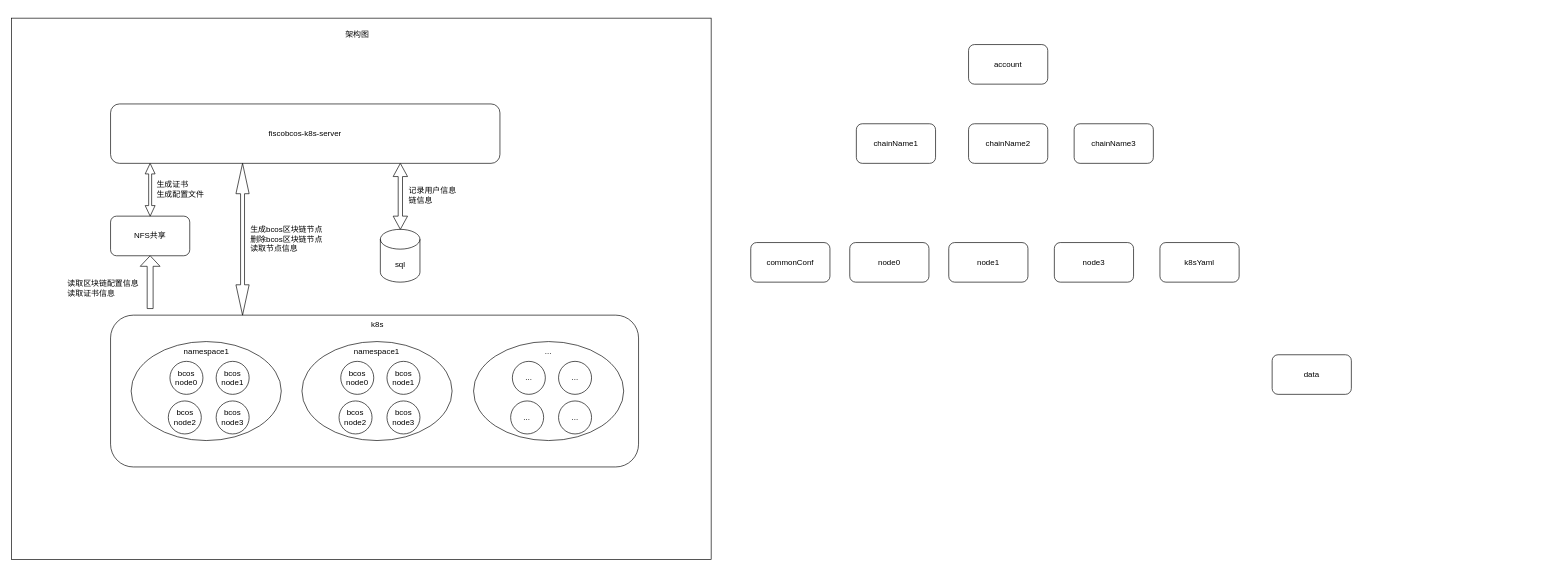
This is page "fiscobcos" (10 of 10) of fabric-baas.drawio from jxu86/project-uml, a draw.io file, before an edit. Source tidied: cells renumbered, new cells numbered last; positions are measured from the earlier drawing's top-left corner, leaving out a move shared by most shapes. Both pictures are drawn from the tidied source at 66%, with x=0, y=0 at pixel (11, 18).
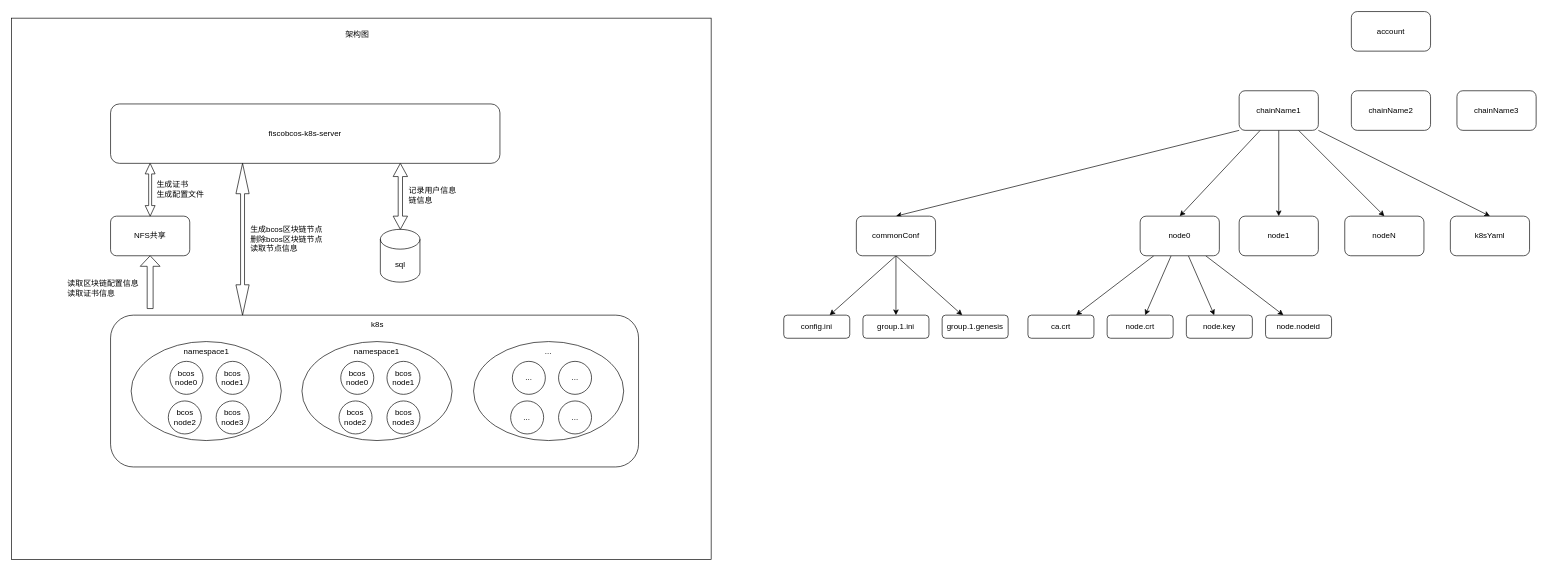
Above is the later version.

The edit, as a diff of the source:
```diff
@@
     <mxCell id="35" value="account" style="rounded=1;whiteSpace=wrap;html=1;" parent="1" vertex="1">
-      <mxGeometry x="1450" y="40" width="120" height="60" as="geometry" />
+      <mxGeometry x="2030" y="-10" width="120" height="60" as="geometry" />
     </mxCell>
+    <mxCell id="45" style="rounded=0;jettySize=auto;html=1;entryX=0.5;entryY=0;entryDx=0;entryDy=0;exitX=0;exitY=1;exitDx=0;exitDy=0;" parent="1" edge="1" source="36" target="39">
+      <mxGeometry relative="1" as="geometry" />
+    </mxCell>
+    <mxCell id="46" style="rounded=0;jettySize=auto;html=1;entryX=0.5;entryY=0;entryDx=0;entryDy=0;" parent="1" edge="1" source="36" target="41">
+      <mxGeometry relative="1" as="geometry" />
+    </mxCell>
+    <mxCell id="47" style="rounded=0;jettySize=auto;html=1;" parent="1" edge="1" source="36" target="42">
+      <mxGeometry relative="1" as="geometry" />
+    </mxCell>
+    <mxCell id="48" style="rounded=0;jettySize=auto;html=1;entryX=0.5;entryY=0;entryDx=0;entryDy=0;" parent="1" edge="1" source="36" target="43">
+      <mxGeometry relative="1" as="geometry" />
+    </mxCell>
+    <mxCell id="49" style="rounded=0;jettySize=auto;html=1;entryX=0.5;entryY=0;entryDx=0;entryDy=0;" parent="1" edge="1" source="36" target="44">
+      <mxGeometry relative="1" as="geometry" />
+    </mxCell>
     <mxCell id="36" value="chainName1" style="rounded=1;whiteSpace=wrap;html=1;" parent="1" vertex="1">
-      <mxGeometry x="1280" y="160" width="120" height="60" as="geometry" />
+      <mxGeometry x="1860" y="110" width="120" height="60" as="geometry" />
     </mxCell>
     <mxCell id="37" value="chainName2" style="rounded=1;whiteSpace=wrap;html=1;" parent="1" vertex="1">
-      <mxGeometry x="1450" y="160" width="120" height="60" as="geometry" />
+      <mxGeometry x="2030" y="110" width="120" height="60" as="geometry" />
     </mxCell>
     <mxCell id="38" value="chainName3" style="rounded=1;whiteSpace=wrap;html=1;" parent="1" vertex="1">
-      <mxGeometry x="1610" y="160" width="120" height="60" as="geometry" />
+      <mxGeometry x="2190" y="110" width="120" height="60" as="geometry" />
     </mxCell>
+    <mxCell id="50" style="rounded=0;jettySize=auto;html=1;exitX=0.5;exitY=1;exitDx=0;exitDy=0;" parent="1" edge="1" source="39" target="57">
+      <mxGeometry relative="1" as="geometry" />
+    </mxCell>
+    <mxCell id="51" style="edgeStyle=orthogonalEdgeStyle;rounded=0;jettySize=auto;html=1;" parent="1" edge="1" source="39" target="58">
+      <mxGeometry relative="1" as="geometry" />
+    </mxCell>
+    <mxCell id="52" style="rounded=0;jettySize=auto;html=1;exitX=0.5;exitY=1;exitDx=0;exitDy=0;" parent="1" edge="1" source="39" target="59">
+      <mxGeometry relative="1" as="geometry" />
+    </mxCell>
     <mxCell id="39" value="commonConf" style="rounded=1;whiteSpace=wrap;html=1;" parent="1" vertex="1">
-      <mxGeometry x="1120" y="340" width="120" height="60" as="geometry" />
+      <mxGeometry x="1280" y="300" width="120" height="60" as="geometry" />
     </mxCell>
-    <mxCell id="40" value="data" style="rounded=1;whiteSpace=wrap;html=1;" parent="1" vertex="1">
-      <mxGeometry x="1910" y="510" width="120" height="60" as="geometry" />
-    </mxCell>
+    <mxCell id="53" style="rounded=0;jettySize=auto;html=1;" parent="1" edge="1" source="41" target="60">
+      <mxGeometry relative="1" as="geometry" />
+    </mxCell>
+    <mxCell id="54" style="rounded=0;jettySize=auto;html=1;" parent="1" edge="1" source="41" target="61">
+      <mxGeometry relative="1" as="geometry" />
+    </mxCell>
+    <mxCell id="55" style="rounded=0;jettySize=auto;html=1;" parent="1" edge="1" source="41" target="62">
+      <mxGeometry relative="1" as="geometry" />
+    </mxCell>
+    <mxCell id="56" style="rounded=0;jettySize=auto;html=1;" parent="1" edge="1" source="41" target="63">
+      <mxGeometry relative="1" as="geometry" />
+    </mxCell>
     <mxCell id="41" value="node0" style="rounded=1;whiteSpace=wrap;html=1;" parent="1" vertex="1">
-      <mxGeometry x="1270" y="340" width="120" height="60" as="geometry" />
+      <mxGeometry x="1710" y="300" width="120" height="60" as="geometry" />
     </mxCell>
     <mxCell id="42" value="node1" style="rounded=1;whiteSpace=wrap;html=1;" parent="1" vertex="1">
-      <mxGeometry x="1420" y="340" width="120" height="60" as="geometry" />
+      <mxGeometry x="1860" y="300" width="120" height="60" as="geometry" />
     </mxCell>
-    <mxCell id="43" value="node3" style="rounded=1;whiteSpace=wrap;html=1;" parent="1" vertex="1">
-      <mxGeometry x="1580" y="340" width="120" height="60" as="geometry" />
+    <mxCell id="43" value="nodeN" style="rounded=1;whiteSpace=wrap;html=1;" parent="1" vertex="1">
+      <mxGeometry x="2020" y="300" width="120" height="60" as="geometry" />
     </mxCell>
     <mxCell id="44" value="k8sYaml" style="rounded=1;whiteSpace=wrap;html=1;" parent="1" vertex="1">
-      <mxGeometry x="1740" y="340" width="120" height="60" as="geometry" />
+      <mxGeometry x="2180" y="300" width="120" height="60" as="geometry" />
     </mxCell>
+    <mxCell id="57" value="config.ini" style="rounded=1;whiteSpace=wrap;html=1;" parent="1" vertex="1">
+      <mxGeometry x="1170" y="450" width="100" height="35" as="geometry" />
+    </mxCell>
+    <mxCell id="58" value="group.1.ini" style="rounded=1;whiteSpace=wrap;html=1;" parent="1" vertex="1">
+      <mxGeometry x="1290" y="450" width="100" height="35" as="geometry" />
+    </mxCell>
+    <mxCell id="59" value="group.1.genesis" style="rounded=1;whiteSpace=wrap;html=1;" parent="1" vertex="1">
+      <mxGeometry x="1410" y="450" width="100" height="35" as="geometry" />
+    </mxCell>
+    <mxCell id="60" value="ca.crt" style="rounded=1;whiteSpace=wrap;html=1;" parent="1" vertex="1">
+      <mxGeometry x="1540" y="450" width="100" height="35" as="geometry" />
+    </mxCell>
+    <mxCell id="61" value="node.crt" style="rounded=1;whiteSpace=wrap;html=1;" parent="1" vertex="1">
+      <mxGeometry x="1660" y="450" width="100" height="35" as="geometry" />
+    </mxCell>
+    <mxCell id="62" value="node.key" style="rounded=1;whiteSpace=wrap;html=1;" parent="1" vertex="1">
+      <mxGeometry x="1780" y="450" width="100" height="35" as="geometry" />
+    </mxCell>
+    <mxCell id="63" value="node.nodeid" style="rounded=1;whiteSpace=wrap;html=1;" parent="1" vertex="1">
+      <mxGeometry x="1900" y="450" width="100" height="35" as="geometry" />
+    </mxCell>
```
